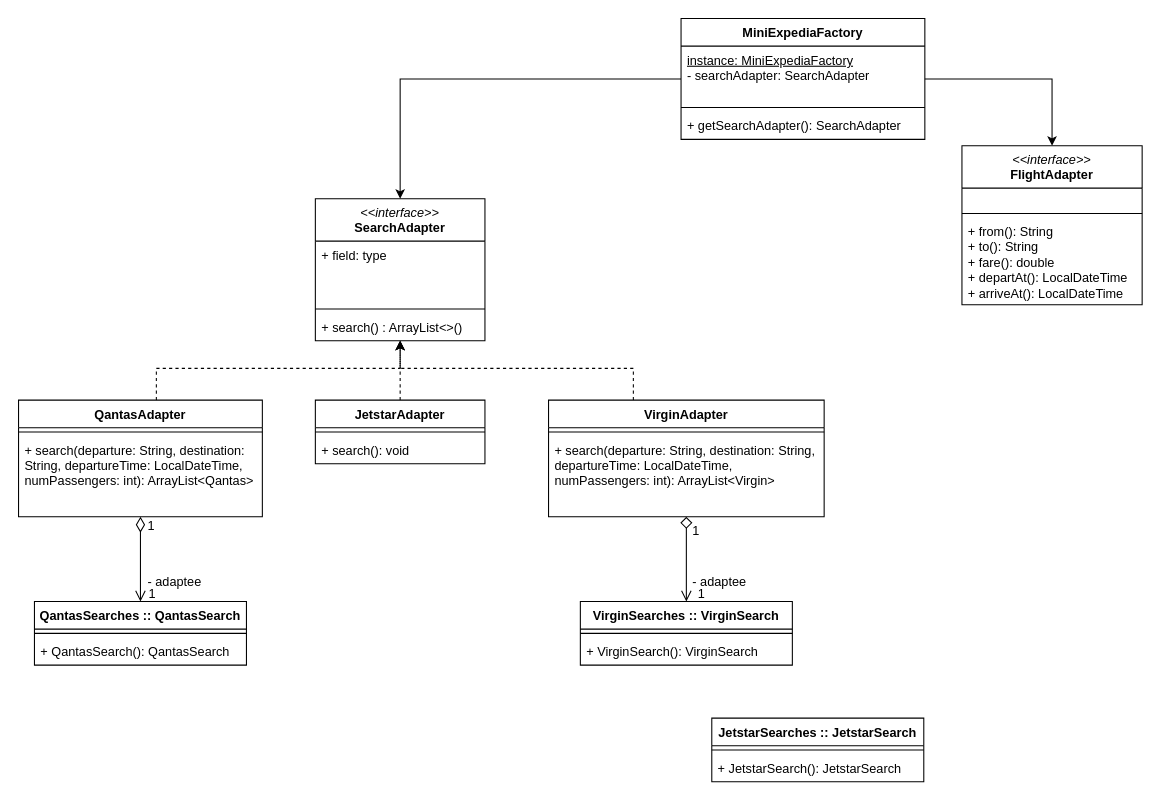
This is page "Page-1" (1 of 2) of workshop8-week9.drawio from antonykimuom/SWEN30006-2025-SM1-workshop1-tuew05-14-00-team-12, a draw.io file, before an edit. Source tidied: cells renumbered, new cells numbered last; positions are measured from the earlier drawing's top-left corner, leaving out a move shared by most shapes. Both pictures are drawn from the tidied source at 106%, with x=0, y=0 at pixel (18, 18).
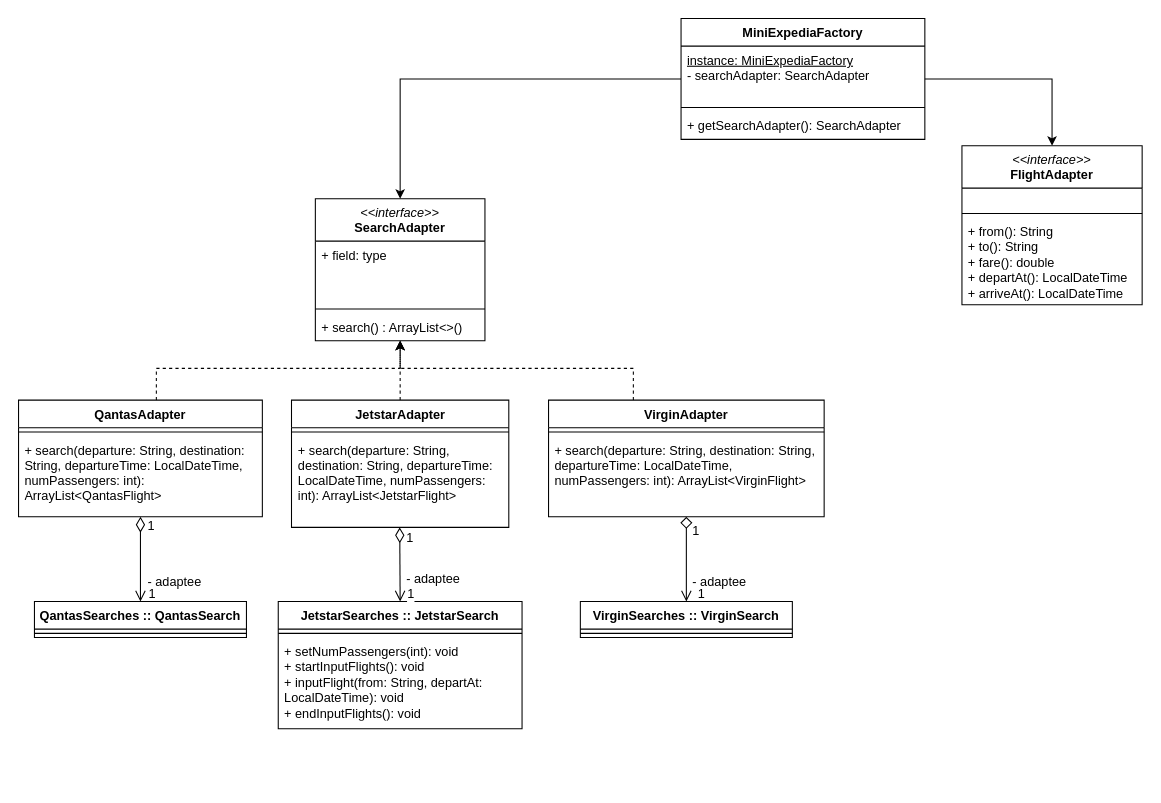
Above is the later version.

The change refers to these unchanged cells:
```xml
<mxCell id="3" value="QantasAdapter" style="swimlane;fontStyle=1;align=center;verticalAlign=top;horizontal=1;startSize=26;whiteSpace=wrap;html=1;" parent="1" vertex="1">
  <mxGeometry y="360" width="230" height="110" as="geometry" />
</mxCell>
<mxCell id="21" value="VirginAdapter" style="swimlane;fontStyle=1;align=center;verticalAlign=top;horizontal=1;startSize=26;whiteSpace=wrap;html=1;" parent="1" vertex="1">
  <mxGeometry x="500" y="360" width="260" height="110" as="geometry" />
</mxCell>
```

What changed in the source:
```diff
@@
-    <mxCell id="5" value="+ search(departure: String, destination: String, departureTime: LocalDateTime, numPassengers: int): ArrayList&amp;lt;Qantas&amp;gt;" style="text;strokeColor=none;fillColor=none;align=left;verticalAlign=top;spacingLeft=4;spacingRight=4;overflow=hidden;whiteSpace=wrap;html=1;" parent="3" vertex="1">
+    <mxCell id="5" value="+ search(departure: String, destination: String, departureTime: LocalDateTime, numPassengers: int): ArrayList&amp;lt;QantasFlight&amp;gt;" style="text;strokeColor=none;fillColor=none;align=left;verticalAlign=top;spacingLeft=4;spacingRight=4;overflow=hidden;whiteSpace=wrap;html=1;" parent="3" vertex="1">
       <mxGeometry y="34" width="230" height="76" as="geometry" />
     </mxCell>
@@
     <mxCell id="17" value="JetstarAdapter" style="swimlane;fontStyle=1;align=center;verticalAlign=top;horizontal=1;startSize=26;whiteSpace=wrap;html=1;" parent="1" vertex="1">
-      <mxGeometry x="280" y="360" width="160" height="60" as="geometry" />
+      <mxGeometry x="257.5" y="360" width="205" height="120" as="geometry" />
     </mxCell>
     <mxCell id="18" style="line;strokeWidth=1;fillColor=none;align=left;verticalAlign=middle;spacingTop=-1;spacingLeft=3;spacingRight=3;labelPosition=right;strokeColor=inherit;" parent="17" vertex="1">
-      <mxGeometry y="26" width="160" height="8" as="geometry" />
+      <mxGeometry y="26" width="205" height="8" as="geometry" />
     </mxCell>
-    <mxCell id="19" value="+ search(): void" style="text;strokeColor=none;fillColor=none;align=left;verticalAlign=top;spacingLeft=4;spacingRight=4;overflow=hidden;whiteSpace=wrap;html=1;" parent="17" vertex="1">
-      <mxGeometry y="34" width="160" height="26" as="geometry" />
+    <mxCell id="19" value="+ search(departure: String, destination: String, departureTime: LocalDateTime, numPassengers: int): ArrayList&amp;lt;JetstarFlight&amp;gt;" style="text;strokeColor=none;fillColor=none;align=left;verticalAlign=top;spacingLeft=4;spacingRight=4;overflow=hidden;whiteSpace=wrap;html=1;" parent="17" vertex="1">
+      <mxGeometry y="34" width="205" height="86" as="geometry" />
     </mxCell>
@@
-    <mxCell id="23" value="+ search(departure: String, destination: String, departureTime: LocalDateTime, numPassengers: int): ArrayList&amp;lt;Virgin&amp;gt;" style="text;strokeColor=none;fillColor=none;align=left;verticalAlign=top;spacingLeft=4;spacingRight=4;overflow=hidden;whiteSpace=wrap;html=1;" parent="21" vertex="1">
+    <mxCell id="23" value="+ search(departure: String, destination: String, departureTime: LocalDateTime, numPassengers: int): ArrayList&amp;lt;VirginFlight&amp;gt;" style="text;strokeColor=none;fillColor=none;align=left;verticalAlign=top;spacingLeft=4;spacingRight=4;overflow=hidden;whiteSpace=wrap;html=1;" parent="21" vertex="1">
       <mxGeometry y="34" width="260" height="76" as="geometry" />
     </mxCell>
@@
     <mxCell id="28" value="QantasSearches :: QantasSearch" style="swimlane;fontStyle=1;align=center;verticalAlign=top;horizontal=1;startSize=26;whiteSpace=wrap;html=1;" parent="1" vertex="1">
-      <mxGeometry x="15" y="550" width="200" height="60" as="geometry" />
+      <mxGeometry x="15" y="550" width="200" height="34" as="geometry" />
     </mxCell>
@@
-    <mxCell id="30" value="+ QantasSearch(): QantasSearch" style="text;strokeColor=none;fillColor=none;align=left;verticalAlign=top;spacingLeft=4;spacingRight=4;overflow=hidden;whiteSpace=wrap;html=1;" parent="28" vertex="1">
-      <mxGeometry y="34" width="200" height="26" as="geometry" />
-    </mxCell>
@@
     <mxCell id="39" value="VirginSearches :: VirginSearch" style="swimlane;fontStyle=1;align=center;verticalAlign=top;horizontal=1;startSize=26;whiteSpace=wrap;html=1;" parent="1" vertex="1">
-      <mxGeometry x="530" y="550" width="200" height="60" as="geometry" />
+      <mxGeometry x="530" y="550" width="200" height="34" as="geometry" />
     </mxCell>
@@
-    <mxCell id="41" value="+ VirginSearch(): VirginSearch" style="text;strokeColor=none;fillColor=none;align=left;verticalAlign=top;spacingLeft=4;spacingRight=4;overflow=hidden;whiteSpace=wrap;html=1;" parent="39" vertex="1">
-      <mxGeometry y="34" width="200" height="26" as="geometry" />
-    </mxCell>
     <mxCell id="42" value="JetstarSearches :: JetstarSearch" style="swimlane;fontStyle=1;align=center;verticalAlign=top;horizontal=1;startSize=26;whiteSpace=wrap;html=1;" parent="1" vertex="1">
-      <mxGeometry x="654" y="660" width="200" height="60" as="geometry" />
+      <mxGeometry x="245" y="550" width="230" height="120" as="geometry" />
     </mxCell>
     <mxCell id="43" style="line;strokeWidth=1;fillColor=none;align=left;verticalAlign=middle;spacingTop=-1;spacingLeft=3;spacingRight=3;labelPosition=right;strokeColor=inherit;" parent="42" vertex="1">
-      <mxGeometry y="26" width="200" height="8" as="geometry" />
+      <mxGeometry y="26" width="230" height="8" as="geometry" />
     </mxCell>
-    <mxCell id="44" value="+&amp;nbsp;&lt;span style=&quot;text-align: center;&quot;&gt;Jetstar&lt;/span&gt;Search():&amp;nbsp;&lt;span style=&quot;text-align: center;&quot;&gt;Jetstar&lt;/span&gt;Search" style="text;strokeColor=none;fillColor=none;align=left;verticalAlign=top;spacingLeft=4;spacingRight=4;overflow=hidden;whiteSpace=wrap;html=1;" parent="42" vertex="1">
-      <mxGeometry y="34" width="200" height="26" as="geometry" />
+    <mxCell id="44" value="&lt;div&gt;+ setNumPassengers(int): void&lt;/div&gt;&lt;div&gt;+ startInputFlights(): void&lt;/div&gt;&lt;div&gt;+ inputFlight(from: String, departAt: LocalDateTime): void&lt;/div&gt;&lt;div&gt;+ endInputFlights(): void&lt;/div&gt;" style="text;strokeColor=none;fillColor=none;align=left;verticalAlign=top;spacingLeft=4;spacingRight=4;overflow=hidden;whiteSpace=wrap;html=1;" parent="42" vertex="1">
+      <mxGeometry y="34" width="230" height="86" as="geometry" />
     </mxCell>
+    <mxCell id="45" style="edgeStyle=none;curved=1;rounded=0;orthogonalLoop=1;jettySize=auto;html=1;fontSize=12;startSize=8;endSize=12;endArrow=diamondThin;endFill=0;startArrow=open;startFill=0;" parent="1" edge="1">
+      <mxGeometry relative="1" as="geometry">
+        <mxPoint x="360" y="550" as="sourcePoint" />
+        <mxPoint x="359.6" y="480" as="targetPoint" />
+      </mxGeometry>
+    </mxCell>
+    <mxCell id="46" value="1" style="edgeLabel;html=1;align=center;verticalAlign=middle;fontSize=12;" parent="45" vertex="1">
+      <mxGeometry x="0.53" y="-1" relative="1" as="geometry">
+        <mxPoint x="8" y="-6" as="offset" />
+      </mxGeometry>
+    </mxCell>
+    <mxCell id="47" value="- adaptee" style="edgeLabel;html=1;align=center;verticalAlign=middle;fontSize=12;" parent="45" vertex="1">
+      <mxGeometry x="-0.54" relative="1" as="geometry">
+        <mxPoint x="31" y="-6" as="offset" />
+      </mxGeometry>
+    </mxCell>
+    <mxCell id="48" value="1" style="edgeLabel;html=1;align=center;verticalAlign=middle;fontSize=12;" parent="45" vertex="1">
+      <mxGeometry x="-0.36" y="2" relative="1" as="geometry">
+        <mxPoint x="12" y="14" as="offset" />
+      </mxGeometry>
+    </mxCell>
```
